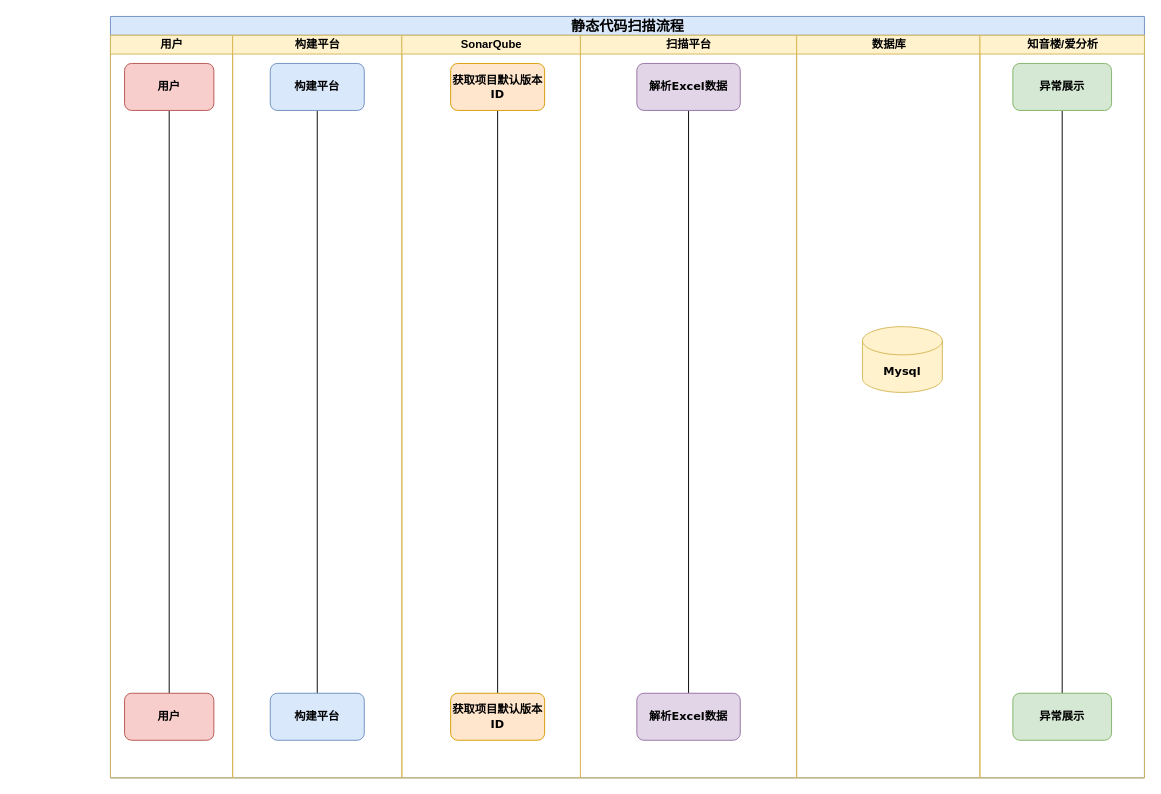
The draw.io diagram 好未来/静态代码扫描/代码扫描-流程图.drawio in dongjinmin-710/my-darwio, before the edit. Source tidied: cells renumbered, new cells numbered last; positions are measured from the earlier drawing's top-left corner, leaving out a move shared by most shapes. Both pictures are drawn from the tidied source at 94%, with x=0, y=0 at pixel (110, 16).
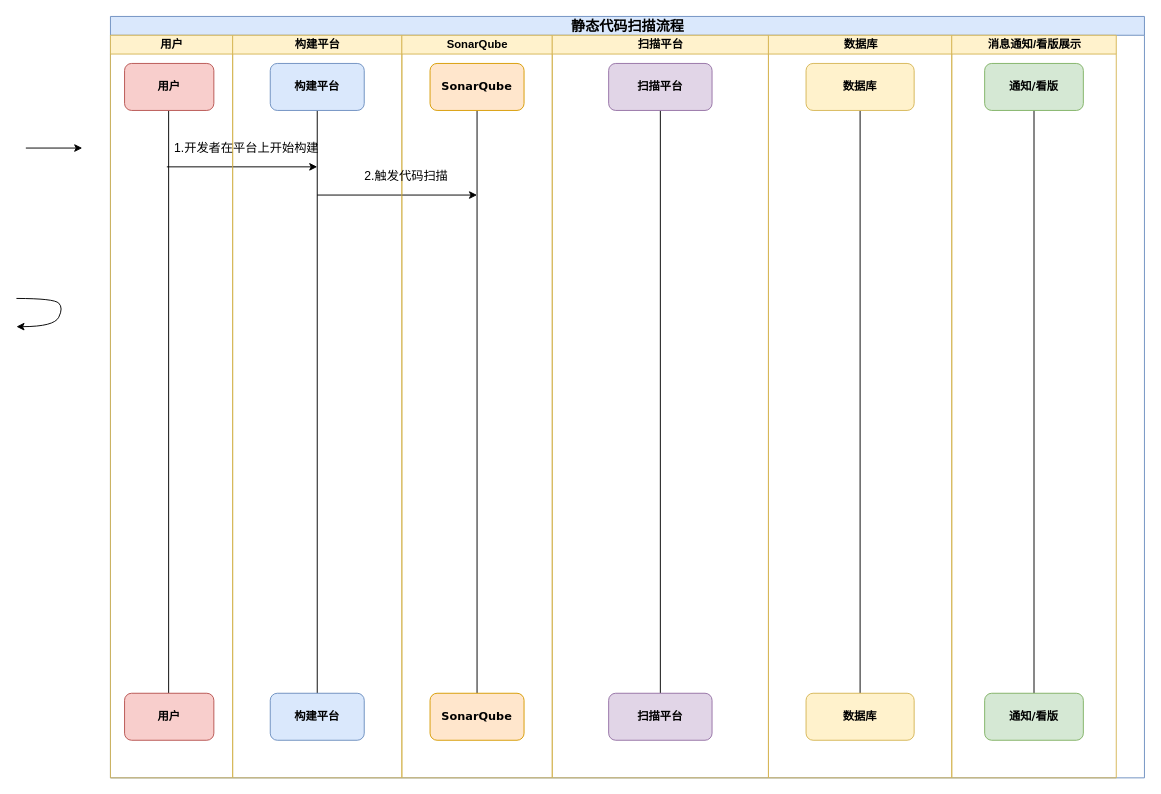
After the change.

Commit message:
更新代码扫描-流程图.drawio

Unchanged cells that the change refers to:
```xml
<mxCell id="2" value="&lt;span style=&quot;font-size: 15px;&quot;&gt;静态代码扫描流程&lt;/span&gt;" style="swimlane;html=1;startSize=20;rounded=0;shadow=0;labelBackgroundColor=none;strokeWidth=1;fontFamily=Verdana;fontSize=8;align=center;fillColor=#dae8fc;strokeColor=#6c8ebf;" parent="1" vertex="1">
  <mxGeometry width="1100" height="810" as="geometry" />
</mxCell>
<mxCell id="3" value="用户" style="swimlane;html=1;startSize=20;fillColor=#fff2cc;strokeColor=#d6b656;" parent="2" vertex="1">
  <mxGeometry y="20" width="130" height="790" as="geometry" />
</mxCell>
<mxCell id="5" value="&lt;h5&gt;&lt;span style=&quot;font-size: 12px;&quot;&gt;用户&lt;/span&gt;&lt;/h5&gt;" style="rounded=1;whiteSpace=wrap;html=1;shadow=0;labelBackgroundColor=none;strokeWidth=1;fontFamily=Verdana;fontSize=8;align=center;fillColor=#f8cecc;strokeColor=#b85450;" parent="3" vertex="1">
  <mxGeometry x="15" y="30" width="95" height="50" as="geometry" />
</mxCell>
<mxCell id="6" value="&lt;h5&gt;&lt;span style=&quot;font-size: 12px;&quot;&gt;用户&lt;/span&gt;&lt;/h5&gt;" style="rounded=1;whiteSpace=wrap;html=1;shadow=0;labelBackgroundColor=none;strokeWidth=1;fontFamily=Verdana;fontSize=8;align=center;fillColor=#f8cecc;strokeColor=#b85450;" parent="3" vertex="1">
  <mxGeometry x="15" y="700" width="95" height="50" as="geometry" />
</mxCell>
<mxCell id="7" value="构建平台" style="swimlane;html=1;startSize=20;fillColor=#fff2cc;strokeColor=#d6b656;" parent="2" vertex="1">
  <mxGeometry x="130" y="20" width="180" height="790" as="geometry" />
</mxCell>
```

The edit, as a diff of the source:
```diff
@@
-    <mxCell id="4" style="edgeStyle=orthogonalEdgeStyle;rounded=0;jettySize=auto;html=1;startArrow=none;startFill=0;strokeColor=default;endArrow=none;endFill=0;" parent="3" edge="1" source="5" target="6">
-      <mxGeometry relative="1" as="geometry" />
+    <mxCell id="4" style="edgeStyle=orthogonalEdgeStyle;rounded=0;orthogonalLoop=1;jettySize=auto;html=1;startArrow=none;startFill=0;strokeColor=default;endArrow=none;endFill=0;" parent="3" edge="1">
+      <mxGeometry relative="1" as="geometry">
+        <mxPoint x="61.9" y="80" as="sourcePoint" />
+        <mxPoint x="61.9" y="700" as="targetPoint" />
+      </mxGeometry>
     </mxCell>
@@
+    <mxCell id="31" style="endArrow=classic;html=1;rounded=0;" parent="3" edge="1">
+      <mxGeometry relative="1" as="geometry">
+        <mxPoint x="60" y="140" as="sourcePoint" />
+        <mxPoint x="220" y="140" as="targetPoint" />
+      </mxGeometry>
+    </mxCell>
@@
+    <mxCell id="32" value="&lt;font style=&quot;font-size: 13px;&quot;&gt;1.开发者在平台上开始构建&lt;/font&gt;" style="text;html=1;whiteSpace=wrap;strokeColor=none;fillColor=none;align=center;verticalAlign=middle;rounded=0;" parent="7" vertex="1">
+      <mxGeometry x="-70" y="110" width="170" height="20" as="geometry" />
+    </mxCell>
+    <mxCell id="33" style="endArrow=classic;html=1;rounded=0;" parent="7" edge="1">
+      <mxGeometry relative="1" as="geometry">
+        <mxPoint x="90" y="170" as="sourcePoint" />
+        <mxPoint x="260" y="170" as="targetPoint" />
+      </mxGeometry>
+    </mxCell>
     <mxCell id="11" value="SonarQube" style="swimlane;html=1;startSize=20;fillColor=#fff2cc;strokeColor=#d6b656;" parent="2" vertex="1">
-      <mxGeometry x="310" y="20" width="190" height="790" as="geometry" />
+      <mxGeometry x="310" y="20" width="160" height="790" as="geometry" />
     </mxCell>
@@
-    <mxCell id="13" value="&lt;span style=&quot;font-size: 12px;&quot;&gt;&lt;b&gt;获取项目默认版本ID&lt;br&gt;&lt;/b&gt;&lt;/span&gt;" style="rounded=1;whiteSpace=wrap;html=1;shadow=0;labelBackgroundColor=none;strokeWidth=1;fontFamily=Verdana;fontSize=8;align=center;fillColor=#ffe6cc;strokeColor=#d79b00;" parent="11" vertex="1">
-      <mxGeometry x="51.9" y="30" width="100" height="50" as="geometry" />
+    <mxCell id="13" value="&lt;span style=&quot;font-size: 12px;&quot;&gt;&lt;b&gt;SonarQube&lt;br&gt;&lt;/b&gt;&lt;/span&gt;" style="rounded=1;whiteSpace=wrap;html=1;shadow=0;labelBackgroundColor=none;strokeWidth=1;fontFamily=Verdana;fontSize=8;align=center;fillColor=#ffe6cc;strokeColor=#d79b00;" parent="11" vertex="1">
+      <mxGeometry x="30" y="30" width="100" height="50" as="geometry" />
     </mxCell>
-    <mxCell id="14" value="&lt;span style=&quot;font-size: 12px;&quot;&gt;&lt;b&gt;获取项目默认版本ID&lt;br&gt;&lt;/b&gt;&lt;/span&gt;" style="rounded=1;whiteSpace=wrap;html=1;shadow=0;labelBackgroundColor=none;strokeWidth=1;fontFamily=Verdana;fontSize=8;align=center;fillColor=#ffe6cc;strokeColor=#d79b00;" parent="11" vertex="1">
-      <mxGeometry x="51.9" y="700" width="100" height="50" as="geometry" />
+    <mxCell id="14" value="&lt;span style=&quot;font-size: 12px;&quot;&gt;&lt;b&gt;SonarQube&lt;/b&gt;&lt;/span&gt;" style="rounded=1;whiteSpace=wrap;html=1;shadow=0;labelBackgroundColor=none;strokeWidth=1;fontFamily=Verdana;fontSize=8;align=center;fillColor=#ffe6cc;strokeColor=#d79b00;" parent="11" vertex="1">
+      <mxGeometry x="30" y="700" width="100" height="50" as="geometry" />
     </mxCell>
+    <mxCell id="34" value="&lt;font style=&quot;font-size: 13px;&quot;&gt;2.触发代码扫描&lt;/font&gt;" style="text;html=1;whiteSpace=wrap;strokeColor=none;fillColor=none;align=center;verticalAlign=middle;rounded=0;" parent="11" vertex="1">
+      <mxGeometry x="-80" y="140" width="170" height="20" as="geometry" />
+    </mxCell>
     <mxCell id="15" value="扫描平台" style="swimlane;html=1;startSize=20;fillColor=#fff2cc;strokeColor=#d6b656;" parent="2" vertex="1">
-      <mxGeometry x="500" y="20" width="230" height="790" as="geometry" />
+      <mxGeometry x="470" y="20" width="230" height="790" as="geometry" />
     </mxCell>
@@
-    <mxCell id="17" value="&lt;span style=&quot;font-size: 12px;&quot;&gt;&lt;b&gt;解析Excel数据&lt;/b&gt;&lt;/span&gt;" style="rounded=1;whiteSpace=wrap;html=1;shadow=0;labelBackgroundColor=none;strokeWidth=1;fontFamily=Verdana;fontSize=8;align=center;fillColor=#e1d5e7;strokeColor=#9673a6;" parent="15" vertex="1">
+    <mxCell id="17" value="&lt;span style=&quot;font-size: 12px;&quot;&gt;&lt;b&gt;扫描平台&lt;/b&gt;&lt;/span&gt;" style="rounded=1;whiteSpace=wrap;html=1;shadow=0;labelBackgroundColor=none;strokeWidth=1;fontFamily=Verdana;fontSize=8;align=center;fillColor=#e1d5e7;strokeColor=#9673a6;" parent="15" vertex="1">
       <mxGeometry x="60" y="30" width="110" height="50" as="geometry" />
     </mxCell>
-    <mxCell id="18" value="&lt;span style=&quot;font-size: 12px;&quot;&gt;&lt;b&gt;解析Excel数据&lt;/b&gt;&lt;/span&gt;" style="rounded=1;whiteSpace=wrap;html=1;shadow=0;labelBackgroundColor=none;strokeWidth=1;fontFamily=Verdana;fontSize=8;align=center;fillColor=#e1d5e7;strokeColor=#9673a6;" parent="15" vertex="1">
+    <mxCell id="18" value="&lt;span style=&quot;font-size: 12px;&quot;&gt;&lt;b&gt;扫描平台&lt;/b&gt;&lt;/span&gt;" style="rounded=1;whiteSpace=wrap;html=1;shadow=0;labelBackgroundColor=none;strokeWidth=1;fontFamily=Verdana;fontSize=8;align=center;fillColor=#e1d5e7;strokeColor=#9673a6;" parent="15" vertex="1">
       <mxGeometry x="60" y="700" width="110" height="50" as="geometry" />
     </mxCell>
     <mxCell id="19" value="数据库" style="swimlane;html=1;startSize=20;fillColor=#fff2cc;strokeColor=#d6b656;" parent="2" vertex="1">
-      <mxGeometry x="730" y="20" width="195" height="790" as="geometry" />
+      <mxGeometry x="700" y="20" width="195" height="790" as="geometry" />
     </mxCell>
@@
-    <mxCell id="23" value="&lt;b&gt;&lt;font face=&quot;Verdana&quot;&gt;Mysql&lt;/font&gt;&lt;/b&gt;" style="shape=cylinder3;whiteSpace=wrap;html=1;boundedLbl=1;backgroundOutline=1;size=15;fillColor=#fff2cc;strokeColor=#d6b656;" parent="19" vertex="1">
-      <mxGeometry x="70" y="310" width="85" height="70" as="geometry" />
-    </mxCell>
+    <mxCell id="35" style="edgeStyle=orthogonalEdgeStyle;rounded=0;jettySize=auto;html=1;endArrow=none;endFill=0;" parent="19" edge="1" source="36" target="37">
+      <mxGeometry relative="1" as="geometry" />
+    </mxCell>
+    <mxCell id="36" value="&lt;b&gt;数据库&lt;/b&gt;" style="rounded=1;whiteSpace=wrap;html=1;fillColor=#fff2cc;strokeColor=#d6b656;" parent="19" vertex="1">
+      <mxGeometry x="40" y="30" width="115" height="50" as="geometry" />
+    </mxCell>
+    <mxCell id="37" value="&lt;b&gt;数据库&lt;/b&gt;" style="rounded=1;whiteSpace=wrap;html=1;fillColor=#fff2cc;strokeColor=#d6b656;" parent="19" vertex="1">
+      <mxGeometry x="40" y="700" width="115" height="50" as="geometry" />
+    </mxCell>
-    <mxCell id="24" value="知音楼/爱分析" style="swimlane;html=1;startSize=20;fillColor=#fff2cc;strokeColor=#d6b656;" parent="2" vertex="1">
-      <mxGeometry x="925" y="20" width="175" height="790" as="geometry" />
+    <mxCell id="24" value="消息通知/看版展示" style="swimlane;html=1;startSize=20;fillColor=#fff2cc;strokeColor=#d6b656;" parent="2" vertex="1">
+      <mxGeometry x="895" y="20" width="175" height="790" as="geometry" />
     </mxCell>
@@
-    <mxCell id="29" value="&lt;span style=&quot;font-size: 12px;&quot;&gt;&lt;b&gt;异常展示&lt;/b&gt;&lt;/span&gt;" style="rounded=1;whiteSpace=wrap;html=1;shadow=0;labelBackgroundColor=none;strokeWidth=1;fontFamily=Verdana;fontSize=8;align=center;fillColor=#d5e8d4;strokeColor=#82b366;" parent="24" vertex="1">
+    <mxCell id="29" value="&lt;span style=&quot;font-size: 12px;&quot;&gt;&lt;b&gt;通知/看版&lt;/b&gt;&lt;/span&gt;" style="rounded=1;whiteSpace=wrap;html=1;shadow=0;labelBackgroundColor=none;strokeWidth=1;fontFamily=Verdana;fontSize=8;align=center;fillColor=#d5e8d4;strokeColor=#82b366;" parent="24" vertex="1">
       <mxGeometry x="35" y="30" width="105" height="50" as="geometry" />
     </mxCell>
-    <mxCell id="30" value="&lt;span style=&quot;font-size: 12px;&quot;&gt;&lt;b&gt;异常展示&lt;/b&gt;&lt;/span&gt;" style="rounded=1;whiteSpace=wrap;html=1;shadow=0;labelBackgroundColor=none;strokeWidth=1;fontFamily=Verdana;fontSize=8;align=center;fillColor=#d5e8d4;strokeColor=#82b366;" parent="24" vertex="1">
+    <mxCell id="30" value="&lt;b style=&quot;font-size: 12px;&quot;&gt;通知/看版&lt;/b&gt;" style="rounded=1;whiteSpace=wrap;html=1;shadow=0;labelBackgroundColor=none;strokeWidth=1;fontFamily=Verdana;fontSize=8;align=center;fillColor=#d5e8d4;strokeColor=#82b366;" parent="24" vertex="1">
       <mxGeometry x="35" y="700" width="105" height="50" as="geometry" />
     </mxCell>
+    <mxCell id="38" style="endArrow=classic;html=1;rounded=0;" parent="1" edge="1">
+      <mxGeometry relative="1" as="geometry">
+        <mxPoint x="-90" y="140" as="sourcePoint" />
+        <mxPoint x="-30" y="140" as="targetPoint" />
+      </mxGeometry>
+    </mxCell>
+    <mxCell id="39" style="curved=1;endArrow=classic;html=1;rounded=0;" parent="1" edge="1">
+      <mxGeometry relative="1" as="geometry">
+        <mxPoint x="-100" y="300" as="sourcePoint" />
+        <mxPoint x="-100" y="330" as="targetPoint" />
+        <Array as="points">
+          <mxPoint x="-60" y="300" />
+          <mxPoint x="-50" y="310" />
+          <mxPoint x="-60" y="330" />
+        </Array>
+      </mxGeometry>
+    </mxCell>
```
